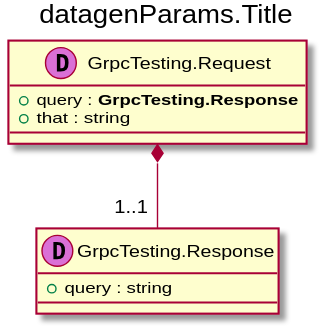
Before: docs/Fruits/Appleskljdfnskjdfnsddata-model.svg, a diagram exported from PlantUML (anz-bank/sysl-catalog).
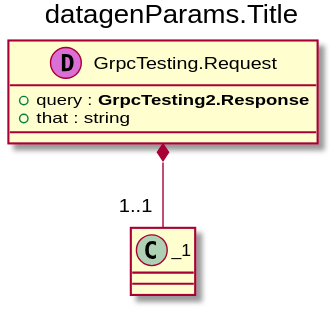
The same diagram one commit later.

Change to the diagram source:
```diff
@@ -2,11 +2,8 @@
 title datagenParams.Title
 
 class "GrpcTesting.Request" as _0 << (D,orchid) >> {
-+ query : **GrpcTesting.Response**
++ query : **GrpcTesting2.Response**
 + that : string
-}
-class "GrpcTesting.Response" as _1 << (D,orchid) >> {
-+ query : string
 }
 _0 *-- "1..1 " _1
 @enduml
```
